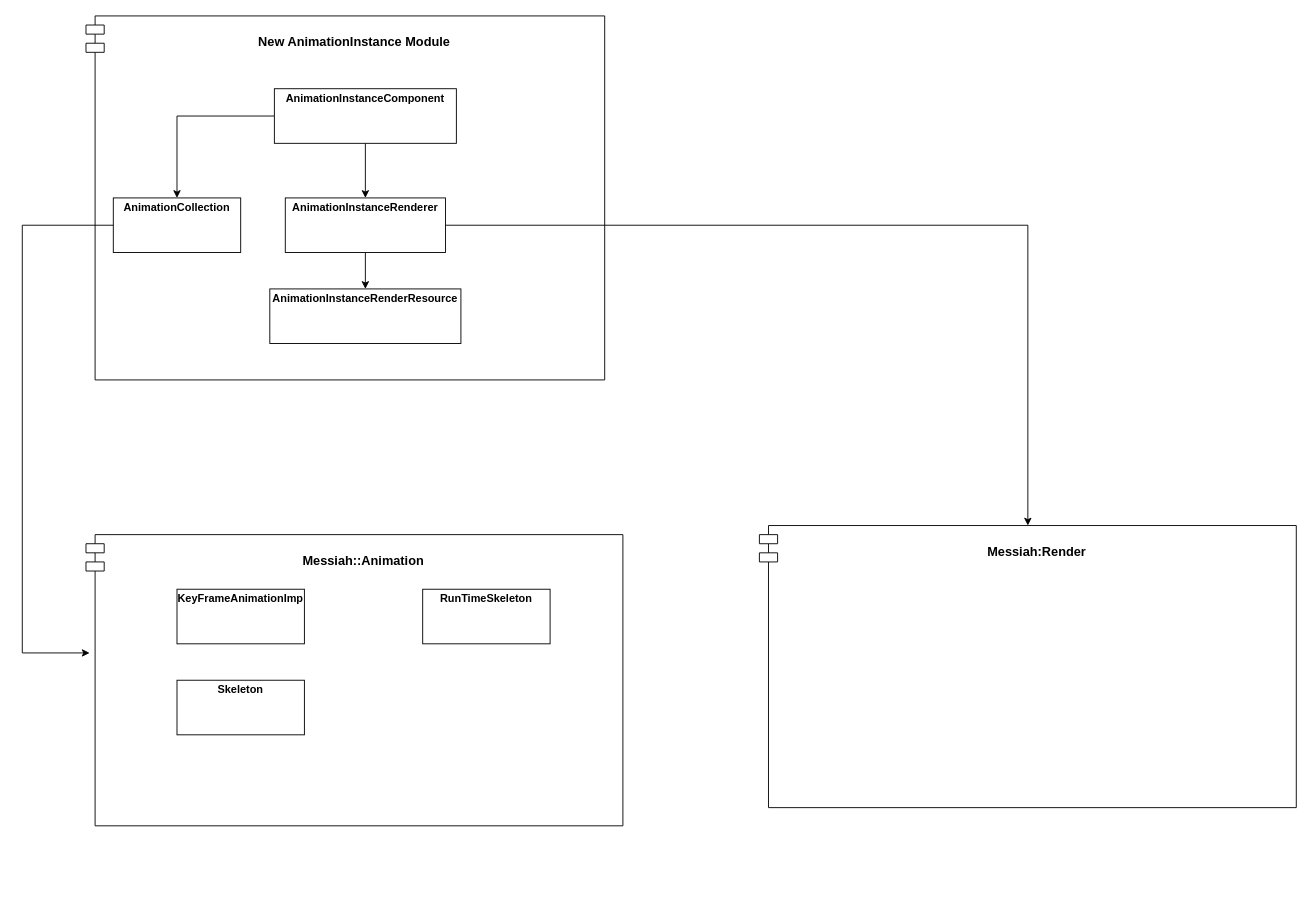
qiaoqiaoxiong/diagram keeps this draw.io diagram as anim_instancing.drawio. Above is the earlier version. Source tidied: cells renumbered, new cells numbered last; positions are measured from the earlier drawing's top-left corner, leaving out a move shared by most shapes. Both pictures are drawn from the tidied source at 91%, with x=0, y=0 at pixel (22, 15).
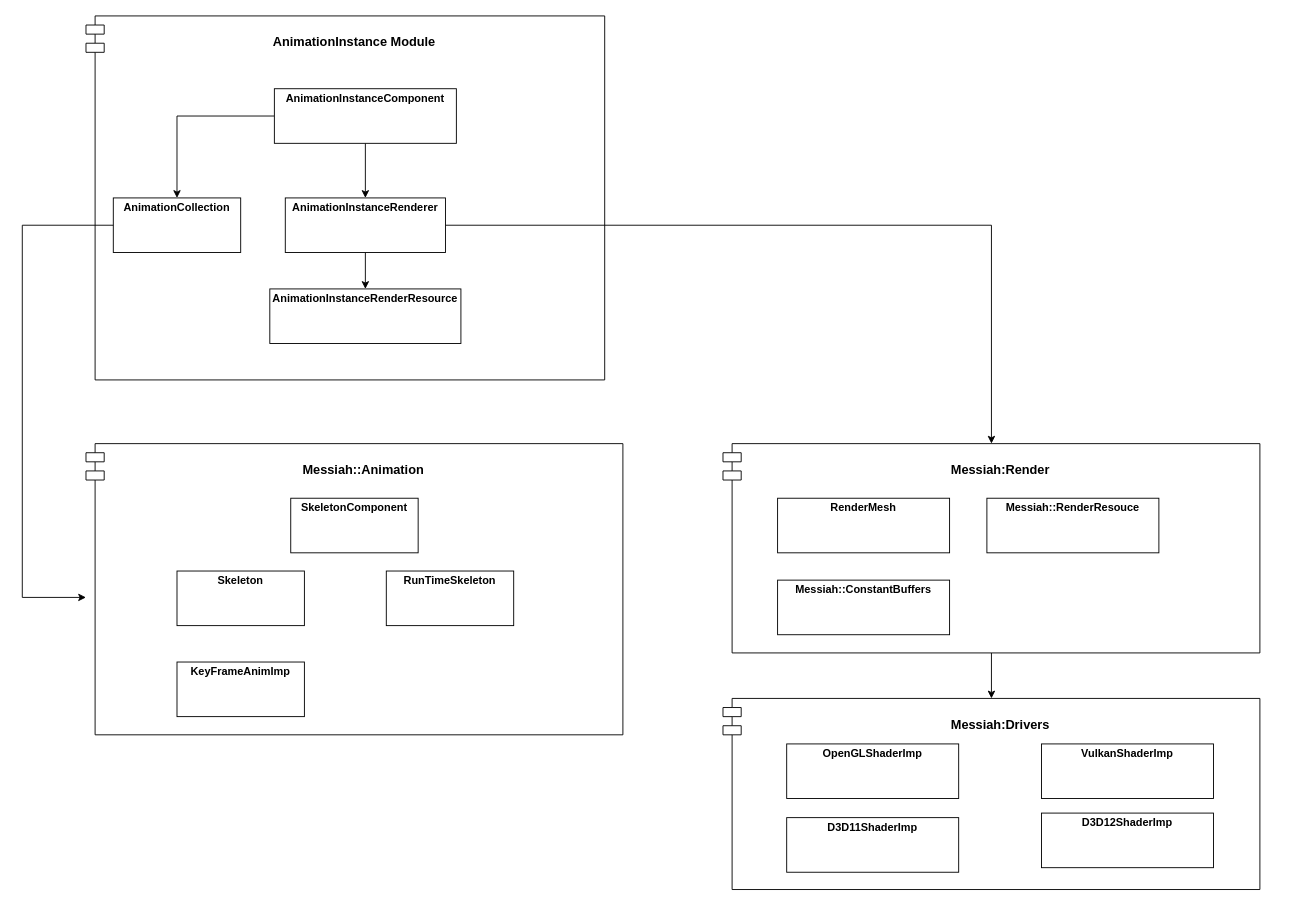
After the change.

Unchanged cells that the change refers to:
```xml
<mxCell id="7" value="&lt;p style=&quot;margin:0px;margin-top:4px;text-align:center;&quot;&gt;&lt;b&gt;AnimationCollection&lt;/b&gt;&lt;/p&gt;" style="verticalAlign=top;align=left;overflow=fill;html=1;whiteSpace=wrap;" parent="1" vertex="1">
  <mxGeometry x="100" y="200" width="140" height="60" as="geometry" />
</mxCell>
```

The edit, as a diff of the source:
```diff
@@
-    <mxCell id="2" value="&lt;h3&gt;New AnimationInstance Module&lt;/h3&gt;" style="shape=module;align=left;spacingLeft=20;align=center;verticalAlign=top;whiteSpace=wrap;html=1;" parent="1" vertex="1">
+    <mxCell id="2" value="&lt;h3&gt;AnimationInstance Module&lt;/h3&gt;" style="shape=module;align=left;spacingLeft=20;align=center;verticalAlign=top;whiteSpace=wrap;html=1;" parent="1" vertex="1">
       <mxGeometry x="70" width="570" height="400" as="geometry" />
     </mxCell>
     <mxCell id="3" value="&lt;h3&gt;Messiah::Animation&lt;/h3&gt;" style="shape=module;align=left;spacingLeft=20;align=center;verticalAlign=top;whiteSpace=wrap;html=1;" parent="1" vertex="1">
-      <mxGeometry x="70" y="570" width="590" height="320" as="geometry" />
+      <mxGeometry x="70" y="470" width="590" height="320" as="geometry" />
     </mxCell>
-    <mxCell id="4" value="&lt;p style=&quot;margin:0px;margin-top:4px;text-align:center;&quot;&gt;&lt;b&gt;KeyFrameAnimationImp&lt;/b&gt;&lt;/p&gt;" style="verticalAlign=top;align=left;overflow=fill;html=1;whiteSpace=wrap;" parent="1" vertex="1">
-      <mxGeometry x="170" y="630" width="140" height="60" as="geometry" />
+    <mxCell id="4" value="&lt;p style=&quot;margin:0px;margin-top:4px;text-align:center;&quot;&gt;&lt;b&gt;KeyFrameAnimImp&lt;/b&gt;&lt;/p&gt;" style="verticalAlign=top;align=left;overflow=fill;html=1;whiteSpace=wrap;" parent="1" vertex="1">
+      <mxGeometry x="170" y="710" width="140" height="60" as="geometry" />
     </mxCell>
     <mxCell id="5" value="&lt;p style=&quot;margin:0px;margin-top:4px;text-align:center;&quot;&gt;&lt;b&gt;Skeleton&lt;/b&gt;&lt;/p&gt;" style="verticalAlign=top;align=left;overflow=fill;html=1;whiteSpace=wrap;" parent="1" vertex="1">
-      <mxGeometry x="170" y="730" width="140" height="60" as="geometry" />
+      <mxGeometry x="170" y="610" width="140" height="60" as="geometry" />
     </mxCell>
     <mxCell id="6" value="&lt;p style=&quot;margin:0px;margin-top:4px;text-align:center;&quot;&gt;&lt;b&gt;RunTimeSkeleton&lt;/b&gt;&lt;/p&gt;" style="verticalAlign=top;align=left;overflow=fill;html=1;whiteSpace=wrap;" parent="1" vertex="1">
-      <mxGeometry x="440" y="630" width="140" height="60" as="geometry" />
+      <mxGeometry x="400" y="610" width="140" height="60" as="geometry" />
     </mxCell>
@@
-    <mxCell id="15" style="edgeStyle=orthogonalEdgeStyle;rounded=0;jettySize=auto;html=1;" parent="1" edge="1" source="7">
+    <mxCell id="15" style="edgeStyle=orthogonalEdgeStyle;rounded=0;jettySize=auto;html=1;" parent="1" edge="1" source="7" target="3">
       <mxGeometry relative="1" as="geometry">
-        <mxPoint x="74" y="700" as="targetPoint" />
         <Array as="points">
           <mxPoint y="230" />
-          <mxPoint y="700" />
+          <mxPoint y="639" />
         </Array>
       </mxGeometry>
     </mxCell>
+    <mxCell id="17" style="edgeStyle=orthogonalEdgeStyle;rounded=0;jettySize=auto;html=1;" parent="1" edge="1" source="16" target="22">
+      <mxGeometry relative="1" as="geometry" />
+    </mxCell>
     <mxCell id="16" value="&lt;h3&gt;Messiah:Render&lt;/h3&gt;" style="shape=module;align=left;spacingLeft=20;align=center;verticalAlign=top;whiteSpace=wrap;html=1;" parent="1" vertex="1">
-      <mxGeometry x="810" y="560" width="590" height="310" as="geometry" />
+      <mxGeometry x="770" y="470" width="590" height="230" as="geometry" />
     </mxCell>
+    <mxCell id="18" value="&lt;p style=&quot;margin:0px;margin-top:4px;text-align:center;&quot;&gt;&lt;b&gt;SkeletonComponent&lt;/b&gt;&lt;/p&gt;" style="verticalAlign=top;align=left;overflow=fill;html=1;whiteSpace=wrap;" parent="1" vertex="1">
+      <mxGeometry x="295" y="530" width="140" height="60" as="geometry" />
+    </mxCell>
+    <mxCell id="19" value="&lt;p style=&quot;margin:0px;margin-top:4px;text-align:center;&quot;&gt;&lt;b&gt;Messiah::RenderResouce&lt;/b&gt;&lt;/p&gt;" style="verticalAlign=top;align=left;overflow=fill;html=1;whiteSpace=wrap;" parent="1" vertex="1">
+      <mxGeometry x="1060" y="530" width="189" height="60" as="geometry" />
+    </mxCell>
+    <mxCell id="20" value="&lt;p style=&quot;margin:0px;margin-top:4px;text-align:center;&quot;&gt;&lt;b&gt;Messiah::ConstantBuffers&lt;/b&gt;&lt;/p&gt;" style="verticalAlign=top;align=left;overflow=fill;html=1;whiteSpace=wrap;" parent="1" vertex="1">
+      <mxGeometry x="830" y="620" width="189" height="60" as="geometry" />
+    </mxCell>
+    <mxCell id="21" value="&lt;p style=&quot;margin:0px;margin-top:4px;text-align:center;&quot;&gt;&lt;b&gt;RenderMesh&lt;/b&gt;&lt;/p&gt;" style="verticalAlign=top;align=left;overflow=fill;html=1;whiteSpace=wrap;" parent="1" vertex="1">
+      <mxGeometry x="830" y="530" width="189" height="60" as="geometry" />
+    </mxCell>
+    <mxCell id="22" value="&lt;h3&gt;Messiah:Drivers&lt;/h3&gt;" style="shape=module;align=left;spacingLeft=20;align=center;verticalAlign=top;whiteSpace=wrap;html=1;" parent="1" vertex="1">
+      <mxGeometry x="770" y="750" width="590" height="210" as="geometry" />
+    </mxCell>
+    <mxCell id="23" value="&lt;p style=&quot;margin:0px;margin-top:4px;text-align:center;&quot;&gt;&lt;b&gt;OpenGLShaderImp&lt;/b&gt;&lt;/p&gt;" style="verticalAlign=top;align=left;overflow=fill;html=1;whiteSpace=wrap;" parent="1" vertex="1">
+      <mxGeometry x="840" y="800" width="189" height="60" as="geometry" />
+    </mxCell>
+    <mxCell id="24" value="&lt;p style=&quot;margin:0px;margin-top:4px;text-align:center;&quot;&gt;&lt;b&gt;D3D11ShaderImp&lt;/b&gt;&lt;/p&gt;" style="verticalAlign=top;align=left;overflow=fill;html=1;whiteSpace=wrap;" parent="1" vertex="1">
+      <mxGeometry x="840" y="881" width="189" height="60" as="geometry" />
+    </mxCell>
+    <mxCell id="25" value="&lt;p style=&quot;margin:0px;margin-top:4px;text-align:center;&quot;&gt;&lt;b&gt;D3D12ShaderImp&lt;/b&gt;&lt;/p&gt;" style="verticalAlign=top;align=left;overflow=fill;html=1;whiteSpace=wrap;" parent="1" vertex="1">
+      <mxGeometry x="1120" y="876" width="189" height="60" as="geometry" />
+    </mxCell>
+    <mxCell id="26" value="&lt;p style=&quot;margin:0px;margin-top:4px;text-align:center;&quot;&gt;&lt;b&gt;VulkanShaderImp&lt;/b&gt;&lt;/p&gt;" style="verticalAlign=top;align=left;overflow=fill;html=1;whiteSpace=wrap;" parent="1" vertex="1">
+      <mxGeometry x="1120" y="800" width="189" height="60" as="geometry" />
+    </mxCell>
```
